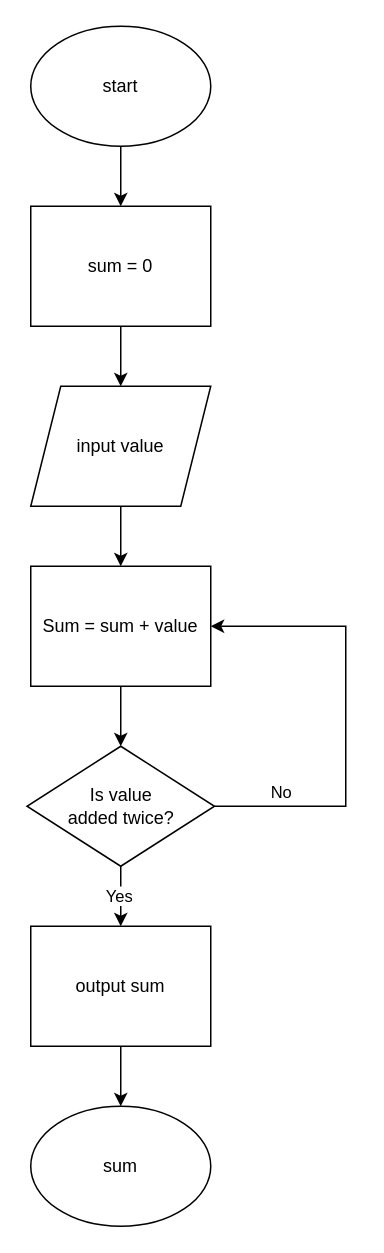
Before: 1.1 Problem 1(Bulambao).drawio in Adrian-Bulambao/DSA-CpE-010-CpE21S1, a draw.io diagram. Source tidied: cells renumbered, new cells numbered last; positions are measured from the earlier drawing's top-left corner, leaving out a move shared by most shapes. Both pictures are drawn from the tidied source at 150%, with x=0, y=0 at pixel (27, 26).
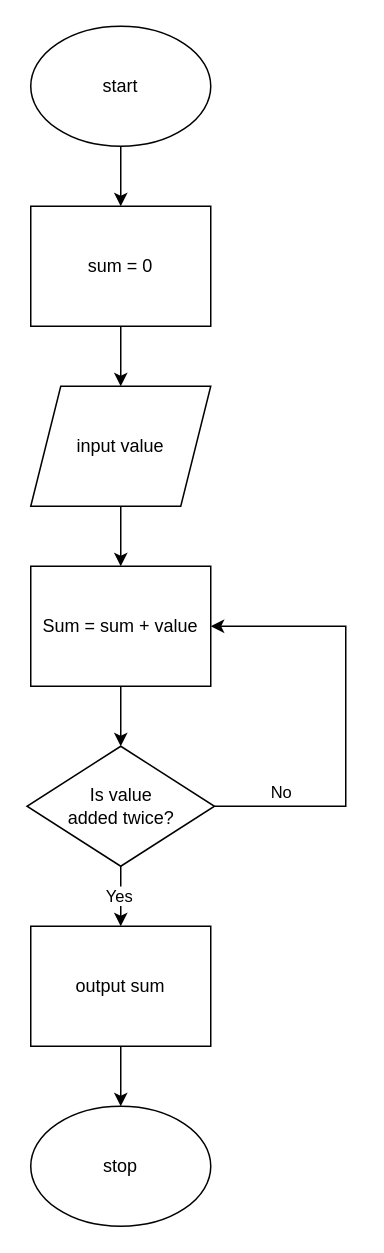
After the change.

What changed in the source:
```diff
@@
-    <mxCell id="18" value="sum" style="ellipse;whiteSpace=wrap;html=1;" parent="1" vertex="1">
+    <mxCell id="18" value="stop" style="ellipse;whiteSpace=wrap;html=1;" parent="1" vertex="1">
       <mxGeometry x="2" y="720" width="120" height="80" as="geometry" />
     </mxCell>
```
